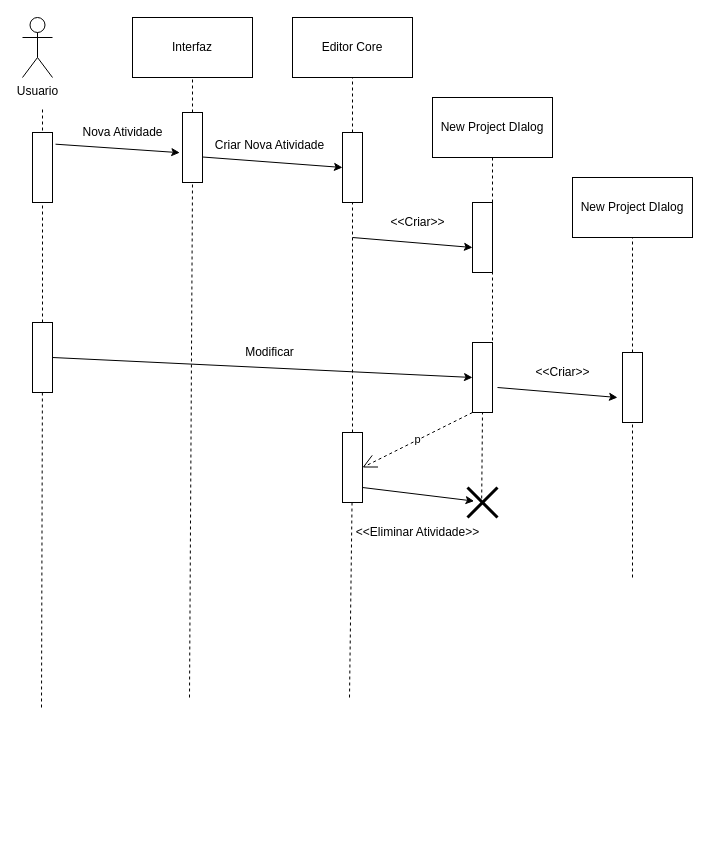
This is Diagrama sin título.drawio from GustavoGamarra95/Berenice, a draw.io file, before an edit. Source tidied: cells renumbered, new cells numbered last; positions are measured from the earlier drawing's top-left corner, leaving out a move shared by most shapes. Both pictures are drawn from the tidied source at 100%, with x=0, y=0 at pixel (7, 17).
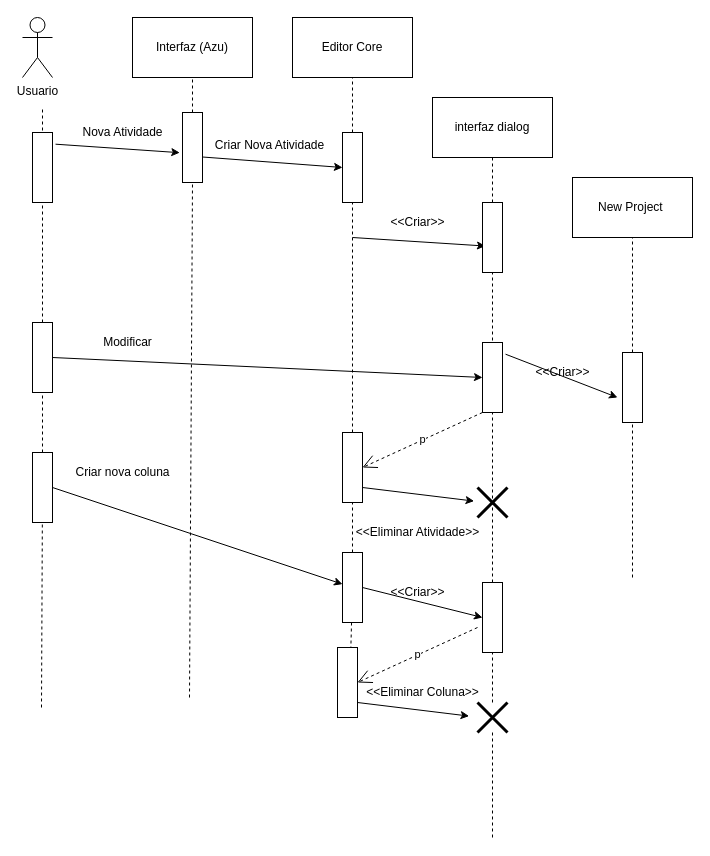
The same page after the edit.

Unchanged cells that the change refers to:
```xml
<mxCell id="9" style="rounded=0;whiteSpace=wrap;html=1;rotation=90;" parent="1" vertex="1">
  <mxGeometry y="330" width="70" height="20" as="geometry" />
</mxCell>
<mxCell id="28" style="rounded=0;whiteSpace=wrap;html=1;rotation=90;" parent="1" vertex="1">
  <mxGeometry x="310" y="440" width="70" height="20" as="geometry" />
</mxCell>
```

Diff of the diagram source:
```diff
@@
-    <mxCell id="3" value="Interfaz" style="rounded=0;whiteSpace=wrap;html=1;" parent="1" vertex="1">
+    <mxCell id="3" value="Interfaz (Azu)" style="rounded=0;whiteSpace=wrap;html=1;" parent="1" vertex="1">
       <mxGeometry x="125" width="120" height="60" as="geometry" />
     </mxCell>
@@
-    <mxCell id="8" style="endArrow=none;dashed=1;html=1;rounded=0;" parent="1" edge="1" target="9">
-      <mxGeometry relative="1" as="geometry">
-        <mxPoint x="34" y="690" as="sourcePoint" />
-      </mxGeometry>
+    <mxCell id="8" style="endArrow=none;dashed=1;html=1;rounded=0;" parent="1" edge="1" source="41" target="9">
+      <mxGeometry relative="1" as="geometry" />
     </mxCell>
@@
-    <mxCell id="20" style="rounded=0;whiteSpace=wrap;html=1;rotation=90;" parent="1" vertex="1">
-      <mxGeometry x="440" y="210" width="70" height="20" as="geometry" />
-    </mxCell>
-    <mxCell id="21" value="New Project DIalog" style="rounded=0;whiteSpace=wrap;html=1;" parent="1" vertex="1">
+    <mxCell id="21" value="New Project&amp;nbsp;" style="rounded=0;whiteSpace=wrap;html=1;" parent="1" vertex="1">
       <mxGeometry x="565" y="160" width="120" height="60" as="geometry" />
     </mxCell>
-    <mxCell id="22" style="endArrow=classic;html=1;rounded=0;exitX=0.167;exitY=-0.152;exitDx=0;exitDy=0;exitPerimeter=0;" parent="1" edge="1">
+    <mxCell id="22" style="endArrow=classic;html=1;rounded=0;exitX=0.167;exitY=-0.152;exitDx=0;exitDy=0;exitPerimeter=0;entryX=0.622;entryY=0.853;entryDx=0;entryDy=0;entryPerimeter=0;" parent="1" edge="1" target="20">
       <mxGeometry relative="1" as="geometry">
         <mxPoint x="345" y="220" as="sourcePoint" />
-        <mxPoint x="465" y="230" as="targetPoint" />
       </mxGeometry>
     </mxCell>
@@
-    <mxCell id="24" style="endArrow=none;dashed=1;html=1;rounded=0;entryX=1;entryY=0.5;entryDx=0;entryDy=0;exitX=0.473;exitY=0.367;exitDx=0;exitDy=0;exitPerimeter=0;" parent="1" edge="1" source="31" target="25">
+    <mxCell id="24" style="endArrow=none;dashed=1;html=1;rounded=0;entryX=1;entryY=0.5;entryDx=0;entryDy=0;" parent="1" edge="1" source="50" target="25">
       <mxGeometry relative="1" as="geometry" />
     </mxCell>
-    <mxCell id="25" style="rounded=0;whiteSpace=wrap;html=1;rotation=90;" parent="1" vertex="1">
-      <mxGeometry x="440" y="350" width="70" height="20" as="geometry" />
-    </mxCell>
@@
-    <mxCell id="27" style="endArrow=none;dashed=1;html=1;rounded=0;" parent="1" edge="1" target="28">
-      <mxGeometry relative="1" as="geometry">
-        <mxPoint x="342" y="680" as="sourcePoint" />
-      </mxGeometry>
+    <mxCell id="27" style="endArrow=none;dashed=1;html=1;rounded=0;" parent="1" edge="1" source="45" target="28">
+      <mxGeometry relative="1" as="geometry" />
     </mxCell>
@@
     <mxCell id="31" style="shape=umlDestroy;whiteSpace=wrap;html=1;strokeWidth=3;targetShapes=umlLifeline;" parent="1" vertex="1">
-      <mxGeometry x="460" y="470" width="30" height="30" as="geometry" />
+      <mxGeometry x="470" y="470" width="30" height="30" as="geometry" />
     </mxCell>
@@
-    <mxCell id="33" value="New Project DIalog" style="rounded=0;whiteSpace=wrap;html=1;" parent="1" vertex="1">
+    <mxCell id="33" value="interfaz dialog&lt;br&gt;" style="rounded=0;whiteSpace=wrap;html=1;" parent="1" vertex="1">
       <mxGeometry x="425" y="80" width="120" height="60" as="geometry" />
     </mxCell>
-    <mxCell id="34" style="endArrow=none;dashed=1;html=1;rounded=0;entryX=0.5;entryY=1;entryDx=0;entryDy=0;" parent="1" edge="1" target="33">
-      <mxGeometry relative="1" as="geometry">
-        <mxPoint x="485" y="335" as="sourcePoint" />
-      </mxGeometry>
+    <mxCell id="34" style="endArrow=none;dashed=1;html=1;rounded=0;entryX=0.5;entryY=1;entryDx=0;entryDy=0;" parent="1" edge="1" source="20" target="33">
+      <mxGeometry relative="1" as="geometry" />
     </mxCell>
@@
-    <mxCell id="38" style="endArrow=classic;html=1;rounded=0;exitX=0.167;exitY=-0.152;exitDx=0;exitDy=0;exitPerimeter=0;" parent="1" edge="1">
+    <mxCell id="38" style="endArrow=classic;html=1;rounded=0;exitX=0.167;exitY=-0.152;exitDx=0;exitDy=0;exitPerimeter=0;" parent="1" edge="1" source="25">
       <mxGeometry relative="1" as="geometry">
-        <mxPoint x="490" y="370" as="sourcePoint" />
         <mxPoint x="610" y="380" as="targetPoint" />
       </mxGeometry>
     </mxCell>
     <mxCell id="39" value="Modificar" style="text;html=1;align=center;verticalAlign=middle;strokeColor=none;fillColor=none;" parent="1" vertex="1">
-      <mxGeometry x="227" y="320" width="70" height="30" as="geometry" />
+      <mxGeometry x="85" y="310" width="70" height="30" as="geometry" />
     </mxCell>
+    <mxCell id="40" style="endArrow=none;dashed=1;html=1;rounded=0;" parent="1" edge="1" target="41">
+      <mxGeometry relative="1" as="geometry">
+        <mxPoint x="34" y="690" as="sourcePoint" />
+      </mxGeometry>
+    </mxCell>
+    <mxCell id="41" style="rounded=0;whiteSpace=wrap;html=1;rotation=90;" parent="1" vertex="1">
+      <mxGeometry y="460" width="70" height="20" as="geometry" />
+    </mxCell>
+    <mxCell id="42" style="endArrow=classic;html=1;rounded=0;exitX=0.5;exitY=0;exitDx=0;exitDy=0;" parent="1" edge="1" source="41" target="45">
+      <mxGeometry relative="1" as="geometry" />
+    </mxCell>
+    <mxCell id="43" value="Criar nova coluna" style="text;html=1;align=center;verticalAlign=middle;strokeColor=none;fillColor=none;" parent="1" vertex="1">
+      <mxGeometry x="55" y="440" width="120" height="30" as="geometry" />
+    </mxCell>
+    <mxCell id="44" style="endArrow=none;dashed=1;html=1;rounded=0;" parent="1" edge="1" target="45">
+      <mxGeometry relative="1" as="geometry">
+        <mxPoint x="342" y="680" as="sourcePoint" />
+      </mxGeometry>
+    </mxCell>
+    <mxCell id="45" style="rounded=0;whiteSpace=wrap;html=1;rotation=90;" parent="1" vertex="1">
+      <mxGeometry x="310" y="560" width="70" height="20" as="geometry" />
+    </mxCell>
+    <mxCell id="46" value="&amp;lt;&amp;lt;Criar&amp;gt;&amp;gt;" style="text;html=1;align=center;verticalAlign=middle;strokeColor=none;fillColor=none;" parent="1" vertex="1">
+      <mxGeometry x="370" y="560" width="80" height="30" as="geometry" />
+    </mxCell>
+    <mxCell id="47" style="endArrow=none;dashed=1;html=1;rounded=0;entryX=0.5;entryY=1;entryDx=0;entryDy=0;" parent="1" edge="1" target="20">
+      <mxGeometry relative="1" as="geometry">
+        <mxPoint x="485" y="335" as="sourcePoint" />
+        <Array as="points">
+          <mxPoint x="485" y="230" />
+        </Array>
+      </mxGeometry>
+    </mxCell>
+    <mxCell id="20" style="rounded=0;whiteSpace=wrap;html=1;rotation=90;" parent="1" vertex="1">
+      <mxGeometry x="450" y="210" width="70" height="20" as="geometry" />
+    </mxCell>
+    <mxCell id="48" style="endArrow=classic;html=1;rounded=0;exitX=0.167;exitY=-0.152;exitDx=0;exitDy=0;exitPerimeter=0;" parent="1" edge="1" target="25">
+      <mxGeometry relative="1" as="geometry">
+        <mxPoint x="490" y="370" as="sourcePoint" />
+      </mxGeometry>
+    </mxCell>
+    <mxCell id="25" style="rounded=0;whiteSpace=wrap;html=1;rotation=90;" parent="1" vertex="1">
+      <mxGeometry x="450" y="350" width="70" height="20" as="geometry" />
+    </mxCell>
+    <mxCell id="49" style="endArrow=none;dashed=1;html=1;rounded=0;entryX=1;entryY=0.5;entryDx=0;entryDy=0;" parent="1" edge="1" source="56" target="50">
+      <mxGeometry relative="1" as="geometry" />
+    </mxCell>
+    <mxCell id="50" style="rounded=0;whiteSpace=wrap;html=1;rotation=90;" parent="1" vertex="1">
+      <mxGeometry x="450" y="590" width="70" height="20" as="geometry" />
+    </mxCell>
+    <mxCell id="51" style="endArrow=classic;html=1;rounded=0;exitX=0.5;exitY=0;exitDx=0;exitDy=0;entryX=0.5;entryY=1;entryDx=0;entryDy=0;" parent="1" edge="1" target="50">
+      <mxGeometry relative="1" as="geometry">
+        <mxPoint x="355" y="570" as="sourcePoint" />
+      </mxGeometry>
+    </mxCell>
+    <mxCell id="52" value="p" style="endArrow=open;endSize=12;dashed=1;html=1;rounded=0;exitX=1;exitY=1;exitDx=0;exitDy=0;" parent="1" edge="1">
+      <mxGeometry relative="1" as="geometry">
+        <mxPoint x="470" y="610" as="sourcePoint" />
+        <mxPoint x="350" y="665" as="targetPoint" />
+      </mxGeometry>
+    </mxCell>
+    <mxCell id="53" style="rounded=0;whiteSpace=wrap;html=1;rotation=90;" parent="1" vertex="1">
+      <mxGeometry x="305" y="655" width="70" height="20" as="geometry" />
+    </mxCell>
+    <mxCell id="54" style="endArrow=classic;html=1;rounded=0;exitX=0.5;exitY=0;exitDx=0;exitDy=0;entryX=0.408;entryY=0.919;entryDx=0;entryDy=0;entryPerimeter=0;" parent="1" edge="1">
+      <mxGeometry relative="1" as="geometry">
+        <mxPoint x="350" y="685" as="sourcePoint" />
+        <mxPoint x="461.6" y="698.6" as="targetPoint" />
+      </mxGeometry>
+    </mxCell>
+    <mxCell id="55" style="endArrow=none;dashed=1;html=1;rounded=0;" parent="1" edge="1" target="56">
+      <mxGeometry relative="1" as="geometry">
+        <mxPoint x="485" y="820" as="sourcePoint" />
+      </mxGeometry>
+    </mxCell>
+    <mxCell id="56" style="shape=umlDestroy;whiteSpace=wrap;html=1;strokeWidth=3;targetShapes=umlLifeline;" parent="1" vertex="1">
+      <mxGeometry x="470" y="685" width="30" height="30" as="geometry" />
+    </mxCell>
+    <mxCell id="57" value="&amp;lt;&amp;lt;Eliminar Coluna&amp;gt;&amp;gt;" style="text;html=1;align=center;verticalAlign=middle;strokeColor=none;fillColor=none;" parent="1" vertex="1">
+      <mxGeometry x="345" y="660" width="140" height="30" as="geometry" />
+    </mxCell>
```
